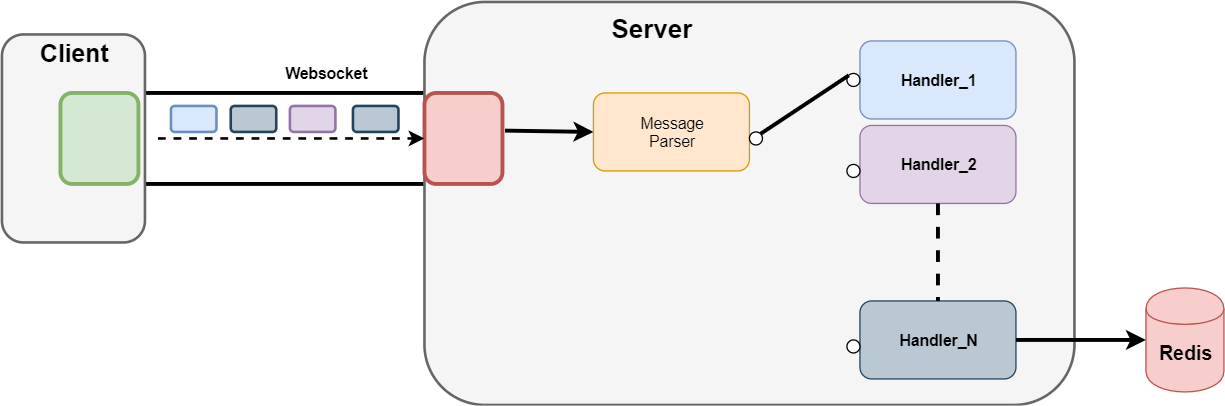
Earlier version of the draw.io export Docs/Inbound.png (sanzor/Ctesiphon). Source tidied: cells renumbered, new cells last; positions are measured from the earlier drawing's top-left corner, leaving out a move shared by most shapes.
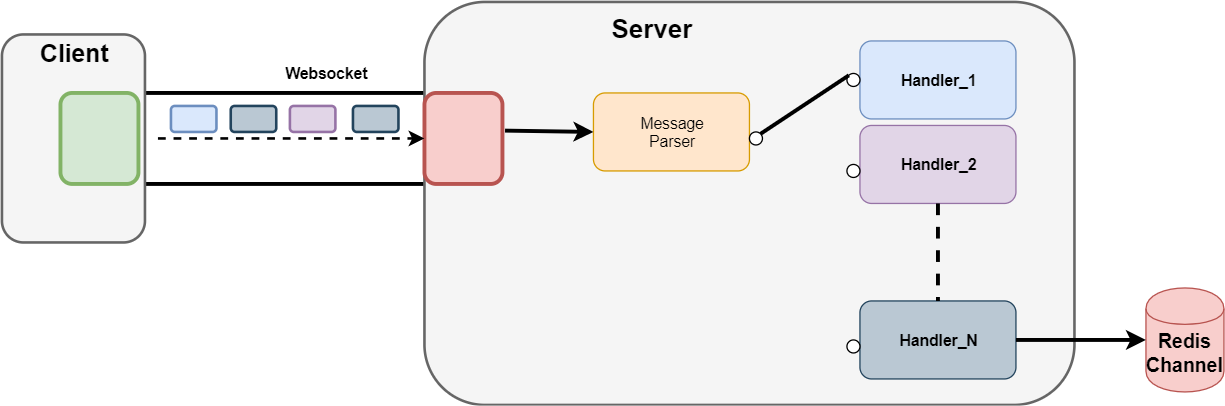
The same file after the commit.

The edit, as a diff of the source:
```diff
@@ -46,7 +46,7 @@
     <mxCell id="15" style="endArrow=classic;html=1;strokeWidth=3;exitX=1;exitY=0.5;exitDx=0;exitDy=0;entryX=0;entryY=0.5;entryDx=0;entryDy=0;" parent="1" edge="1" source="12" target="14">
       <mxGeometry relative="1" as="geometry" />
     </mxCell>
-    <mxCell id="16" value="&lt;b&gt;&lt;font style=&quot;font-size: 15px&quot;&gt;Redis&lt;/font&gt;&lt;/b&gt;" style="text;html=1;strokeColor=none;fillColor=none;align=center;verticalAlign=middle;whiteSpace=wrap;rounded=0;" parent="1" vertex="1">
+    <mxCell id="16" value="&lt;b&gt;&lt;font style=&quot;font-size: 15px&quot;&gt;Redis Channel&lt;/font&gt;&lt;/b&gt;" style="text;html=1;strokeColor=none;fillColor=none;align=center;verticalAlign=middle;whiteSpace=wrap;rounded=0;" parent="1" vertex="1">
       <mxGeometry x="890" y="260" width="40" height="20" as="geometry" />
     </mxCell>
     <mxCell id="17" style="ellipse;whiteSpace=wrap;html=1;" parent="1" vertex="1">
```
